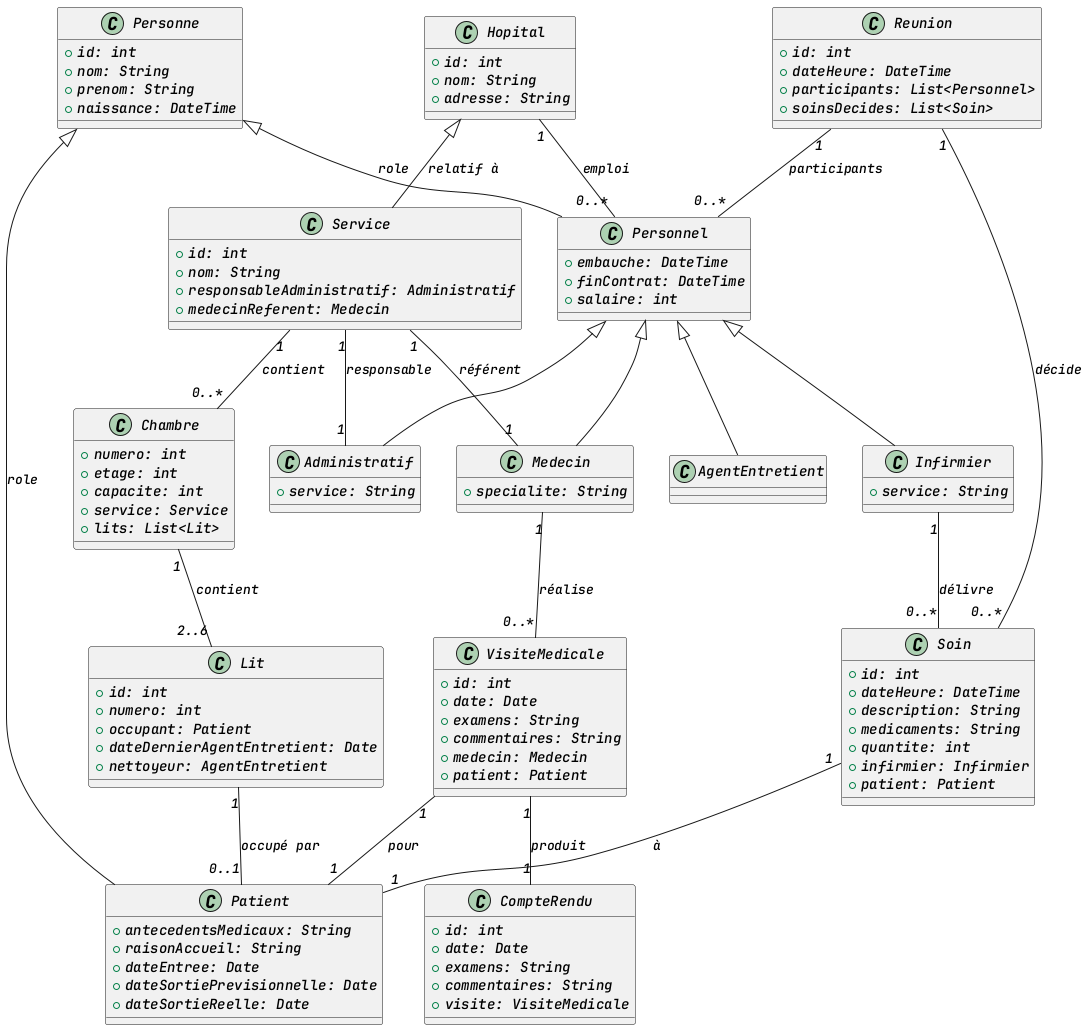
Above: src/class.png in TitouanCharrier/L3_CSI_Projet (PlantUML), before the change.
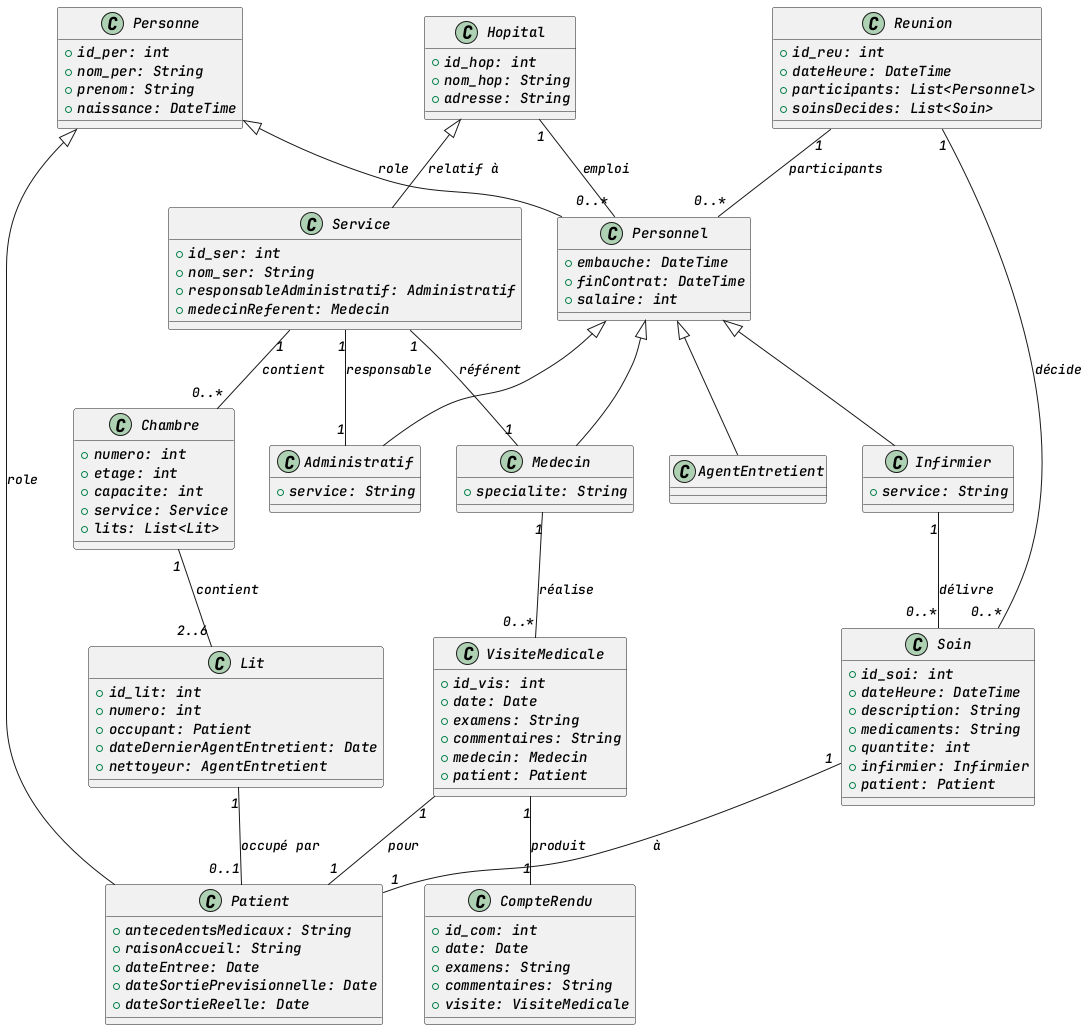
After the commit.

Diff of the diagram source:
```diff
@@ -1,14 +1,14 @@
 @startuml
 
 class Hopital {
-    +id: int
-    +nom: String
+    +id_hop: int
+    +nom_hop: String
     +adresse: String
 }
 
 class Personne {
-    +id: int
-    +nom: String
+    +id_per: int
+    +nom_per: String
     +prenom: String
     +naissance: DateTime
 }
@@ -43,7 +43,7 @@
 }
 
 class VisiteMedicale {
-  +id: int
+  +id_vis: int
   +date: Date
   +examens: String
   +commentaires: String
@@ -52,7 +52,7 @@
 }
 
 class CompteRendu {
-  +id: int
+  +id_com: int
   +date: Date
   +examens: String
   +commentaires: String
@@ -60,7 +60,7 @@
 }
 
 class Soin {
-  +id: int
+  +id_soi: int
   +dateHeure: DateTime
   +description: String
   +medicaments: String
@@ -70,15 +70,15 @@
 }
 
 class Reunion {
-  +id: int
+  +id_reu: int
   +dateHeure: DateTime
   +participants: List<Personnel>
   +soinsDecides: List<Soin>
 }
 
 class Service {
-  +id: int
-  +nom: String
+  +id_ser: int
+  +nom_ser: String
   +responsableAdministratif: Administratif
   +medecinReferent: Medecin
 }
@@ -92,7 +92,7 @@
 }
 
 class Lit {
-  +id: int
+  +id_lit: int
   +numero: int
   +occupant: Patient
   +dateDernierAgentEntretient: Date
```
